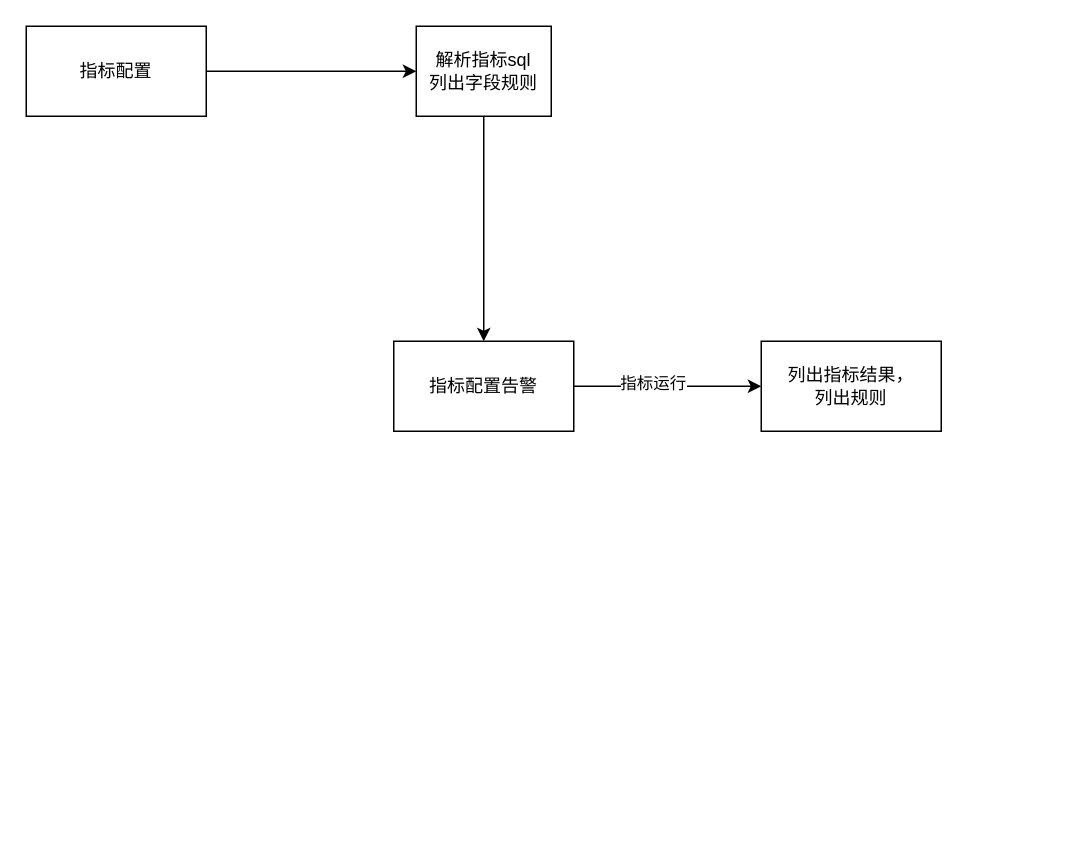
This is 指标规则.drawio from dabengxiang/diagrams, a draw.io file, before an edit. Source tidied: cells renumbered, new cells numbered last; positions are measured from the earlier drawing's top-left corner, leaving out a move shared by most shapes. Both pictures are drawn from the tidied source at 150%, with x=0, y=0 at pixel (26, 26).
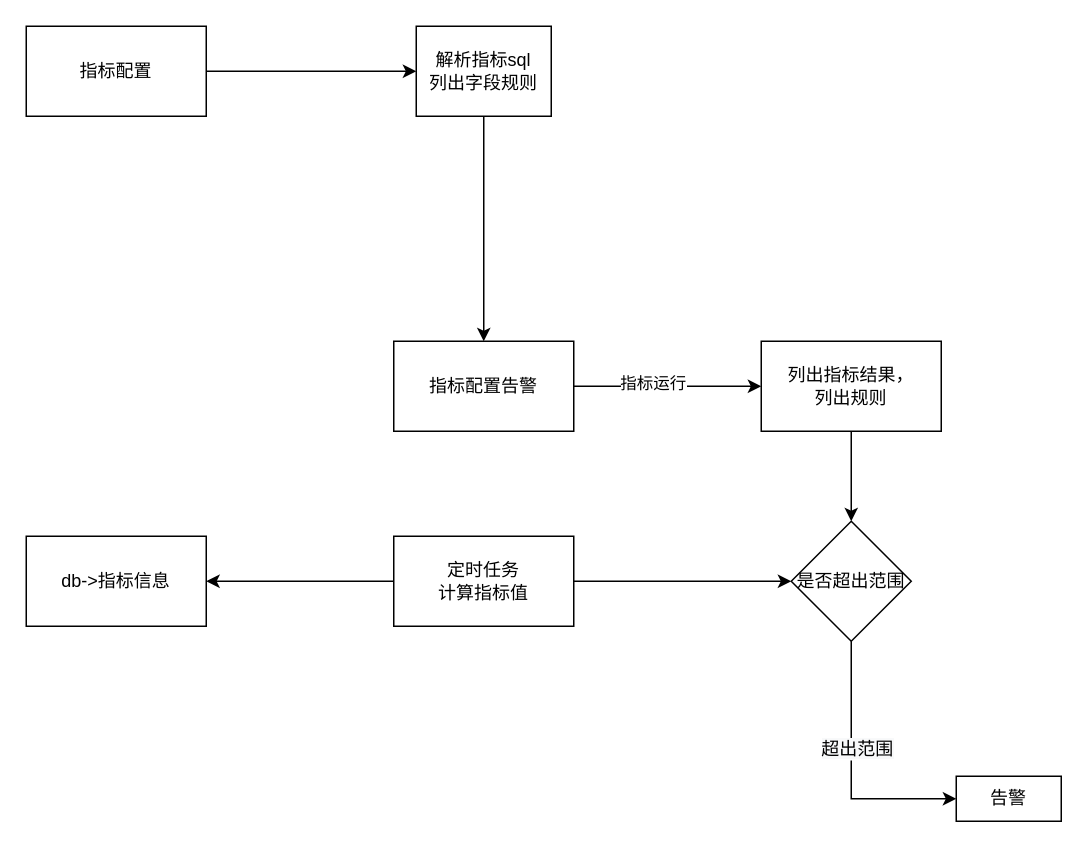
The same diagram, later.

Commit message (it also covers changes not shown here):
更新指标规则.drawio

Unchanged cells that the change refers to:
```xml
<mxCell id="9" value="列出指标结果，&lt;br&gt;列出规则" style="rounded=0;whiteSpace=wrap;html=1;" parent="1" vertex="1">
  <mxGeometry x="490" y="210" width="120" height="60" as="geometry" />
</mxCell>
```

Diff of the diagram source:
```diff
@@
+    <mxCell id="10" style="edgeStyle=orthogonalEdgeStyle;rounded=0;jettySize=auto;html=1;exitX=0.5;exitY=1;exitDx=0;exitDy=0;" parent="1" edge="1" source="9" target="16">
+      <mxGeometry relative="1" as="geometry" />
+    </mxCell>
@@
+    <mxCell id="11" style="edgeStyle=orthogonalEdgeStyle;rounded=0;jettySize=auto;html=1;exitX=0;exitY=0.5;exitDx=0;exitDy=0;" parent="1" edge="1" source="13" target="18">
+      <mxGeometry relative="1" as="geometry" />
+    </mxCell>
+    <mxCell id="12" style="edgeStyle=orthogonalEdgeStyle;rounded=0;jettySize=auto;html=1;" parent="1" edge="1" source="13" target="16">
+      <mxGeometry relative="1" as="geometry" />
+    </mxCell>
+    <mxCell id="13" value="定时任务&lt;br&gt;计算指标值" style="rounded=0;whiteSpace=wrap;html=1;" parent="1" vertex="1">
+      <mxGeometry x="245" y="340" width="120" height="60" as="geometry" />
+    </mxCell>
+    <mxCell id="14" style="edgeStyle=orthogonalEdgeStyle;rounded=0;jettySize=auto;html=1;exitX=0.5;exitY=1;exitDx=0;exitDy=0;" parent="1" edge="1" source="16" target="17">
+      <mxGeometry relative="1" as="geometry">
+        <Array as="points">
+          <mxPoint x="550" y="440" />
+          <mxPoint x="550" y="440" />
+        </Array>
+      </mxGeometry>
+    </mxCell>
+    <mxCell id="15" value="&lt;span style=&quot;font-size: 12px ; background-color: rgb(248 , 249 , 250)&quot;&gt;超出范围&lt;/span&gt;" style="edgeLabel;html=1;align=center;verticalAlign=middle;" parent="14" vertex="1">
+      <mxGeometry x="-0.19" y="3" relative="1" as="geometry" />
+    </mxCell>
+    <mxCell id="16" value="是否超出范围" style="rhombus;whiteSpace=wrap;html=1;" parent="1" vertex="1">
+      <mxGeometry x="510" y="330" width="80" height="80" as="geometry" />
+    </mxCell>
+    <mxCell id="17" value="告警" style="rounded=0;whiteSpace=wrap;html=1;" parent="1" vertex="1">
+      <mxGeometry x="620" y="500" width="70" height="30" as="geometry" />
+    </mxCell>
+    <mxCell id="18" value="db-&amp;gt;指标信息" style="rounded=0;whiteSpace=wrap;html=1;" parent="1" vertex="1">
+      <mxGeometry y="340" width="120" height="60" as="geometry" />
+    </mxCell>
```
